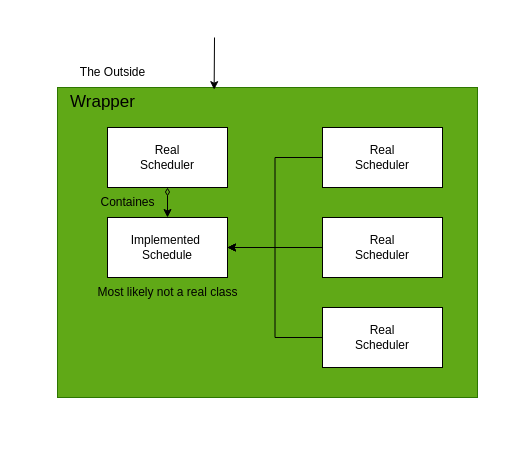
Above: schedule drawings/schedule drawing for slides.drawio in Amir-kar/EECS4314-GroupD (draw.io), before the change. Source tidied: cells renumbered, new cells numbered last; positions are measured from the earlier drawing's top-left corner, leaving out a move shared by most shapes. Both pictures are drawn from the tidied source at 100%, with x=0, y=0 at pixel (17, 17).
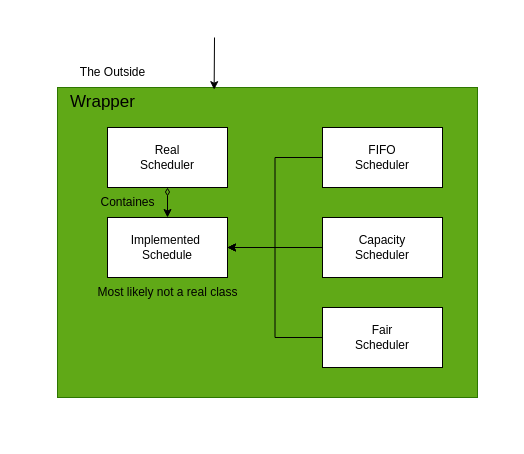
The same diagram, later.

The edit, as a diff of the source:
```diff
@@
 <mxGraphModel>
   <root>
     <mxCell id="0" />
     <mxCell id="1" parent="0" />
     <mxCell id="2" style="rounded=0;whiteSpace=wrap;html=1;fillColor=none;strokeColor=none;" parent="1" vertex="1">
       <mxGeometry width="490" height="420" as="geometry" />
     </mxCell>
     <mxCell id="3" style="rounded=0;whiteSpace=wrap;html=1;fillColor=#60a917;fontColor=#ffffff;strokeColor=#2D7600;" parent="1" vertex="1">
       <mxGeometry x="40" y="70" width="420" height="310" as="geometry" />
     </mxCell>
     <mxCell id="4" value="The Outside" style="text;html=1;align=center;verticalAlign=middle;strokeColor=none;fillColor=none;" parent="1" vertex="1">
       <mxGeometry x="50" y="40" width="90" height="30" as="geometry" />
     </mxCell>
     <mxCell id="5" style="endArrow=classic;html=1;rounded=0;entryX=0.373;entryY=0.007;entryDx=0;entryDy=0;entryPerimeter=0;" parent="1" edge="1" target="3">
       <mxGeometry relative="1" as="geometry">
         <mxPoint x="197" y="20" as="sourcePoint" />
       </mxGeometry>
     </mxCell>
     <mxCell id="6" value="&lt;font style=&quot;font-size: 17px;&quot;&gt;Wrapper&lt;/font&gt;" style="text;html=1;align=center;verticalAlign=middle;strokeColor=none;fillColor=none;" parent="1" vertex="1">
       <mxGeometry x="40" y="70" width="90" height="30" as="geometry" />
     </mxCell>
     <mxCell id="7" style="edgeStyle=orthogonalEdgeStyle;rounded=0;jettySize=auto;html=1;entryX=0.5;entryY=0;entryDx=0;entryDy=0;startArrow=diamondThin;startFill=0;strokeWidth=1;" parent="1" edge="1" source="8" target="15">
       <mxGeometry relative="1" as="geometry" />
     </mxCell>
     <mxCell id="8" value="&lt;div&gt;Real&lt;/div&gt;&lt;div&gt;Scheduler&lt;/div&gt;" style="rounded=0;whiteSpace=wrap;html=1;" parent="1" vertex="1">
       <mxGeometry x="90" y="110" width="120" height="60" as="geometry" />
     </mxCell>
     <mxCell id="9" style="edgeStyle=orthogonalEdgeStyle;rounded=0;jettySize=auto;html=1;entryX=1;entryY=0.5;entryDx=0;entryDy=0;" parent="1" edge="1" source="10" target="15">
       <mxGeometry relative="1" as="geometry" />
     </mxCell>
-    <mxCell id="10" value="&lt;div&gt;Real&lt;/div&gt;&lt;div&gt;Scheduler&lt;/div&gt;" style="rounded=0;whiteSpace=wrap;html=1;" parent="1" vertex="1">
+    <mxCell id="10" value="&lt;div&gt;FIFO&lt;/div&gt;&lt;div&gt;Scheduler&lt;/div&gt;" style="rounded=0;whiteSpace=wrap;html=1;" parent="1" vertex="1">
       <mxGeometry x="305" y="110" width="120" height="60" as="geometry" />
     </mxCell>
     <mxCell id="11" style="edgeStyle=orthogonalEdgeStyle;rounded=0;jettySize=auto;html=1;entryX=1;entryY=0.5;entryDx=0;entryDy=0;" parent="1" edge="1" source="12" target="15">
       <mxGeometry relative="1" as="geometry" />
     </mxCell>
-    <mxCell id="12" value="&lt;div&gt;Real&lt;/div&gt;&lt;div&gt;Scheduler&lt;/div&gt;" style="rounded=0;whiteSpace=wrap;html=1;" parent="1" vertex="1">
+    <mxCell id="12" value="&lt;div&gt;Capacity&lt;/div&gt;&lt;div&gt;Scheduler&lt;/div&gt;" style="rounded=0;whiteSpace=wrap;html=1;" parent="1" vertex="1">
       <mxGeometry x="305" y="200" width="120" height="60" as="geometry" />
     </mxCell>
     <mxCell id="13" style="edgeStyle=orthogonalEdgeStyle;rounded=0;jettySize=auto;html=1;entryX=1;entryY=0.5;entryDx=0;entryDy=0;" parent="1" edge="1" source="14" target="15">
       <mxGeometry relative="1" as="geometry" />
     </mxCell>
-    <mxCell id="14" value="&lt;div&gt;Real&lt;/div&gt;&lt;div&gt;Scheduler&lt;/div&gt;" style="rounded=0;whiteSpace=wrap;html=1;" parent="1" vertex="1">
+    <mxCell id="14" value="&lt;div&gt;Fair&lt;/div&gt;&lt;div&gt;Scheduler&lt;/div&gt;" style="rounded=0;whiteSpace=wrap;html=1;" parent="1" vertex="1">
       <mxGeometry x="305" y="290" width="120" height="60" as="geometry" />
     </mxCell>
     <mxCell id="15" value="&lt;div&gt;Implemented&amp;nbsp;&lt;/div&gt;&lt;div&gt;Schedule&lt;/div&gt;" style="rounded=0;whiteSpace=wrap;html=1;" parent="1" vertex="1">
       <mxGeometry x="90" y="200" width="120" height="60" as="geometry" />
     </mxCell>
     <mxCell id="16" value="Containes" style="text;html=1;align=center;verticalAlign=middle;strokeColor=none;fillColor=none;" parent="1" vertex="1">
       <mxGeometry x="70" y="170" width="80" height="30" as="geometry" />
     </mxCell>
     <mxCell id="17" value="Most likely not a real class" style="text;html=1;align=center;verticalAlign=middle;strokeColor=none;fillColor=none;" parent="1" vertex="1">
       <mxGeometry x="70" y="260" width="160" height="30" as="geometry" />
     </mxCell>
   </root>
 </mxGraphModel>
```
